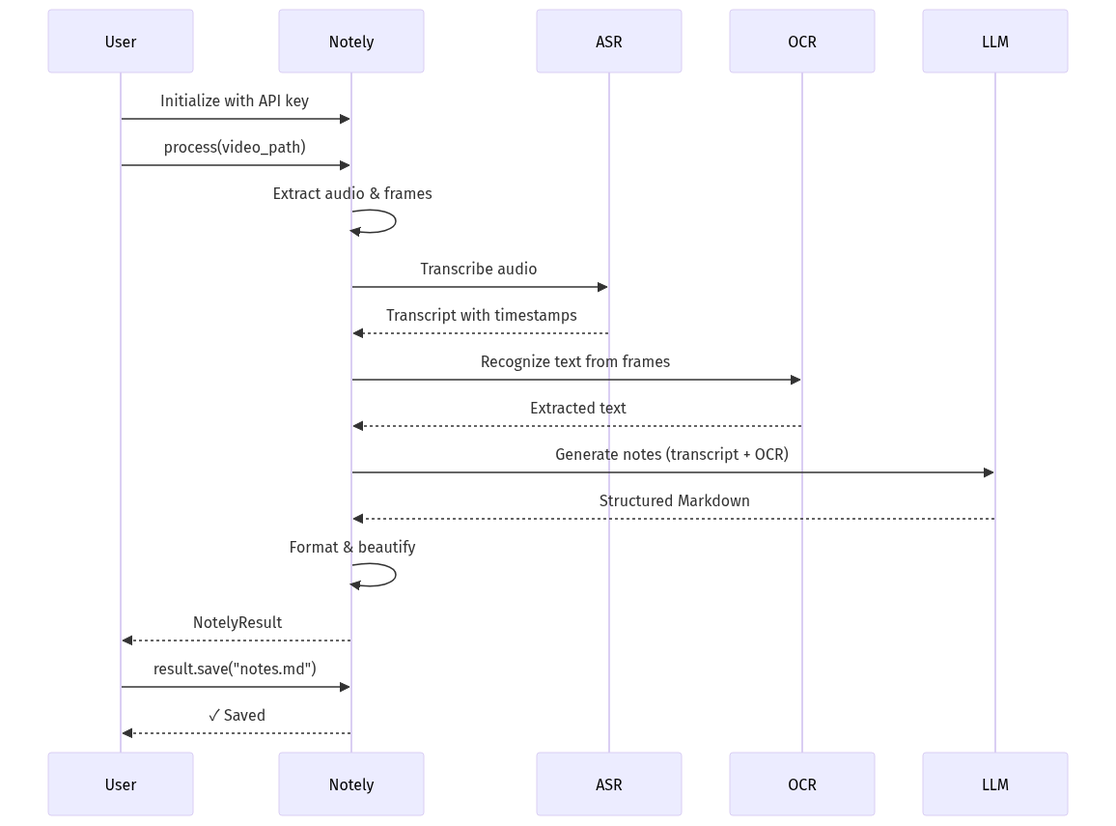
Earlier version of the Mermaid export docs/images/usage-flow.png (0xarcher/notely). Its source is kept beside it as docs/images/usage-flow.mmd.
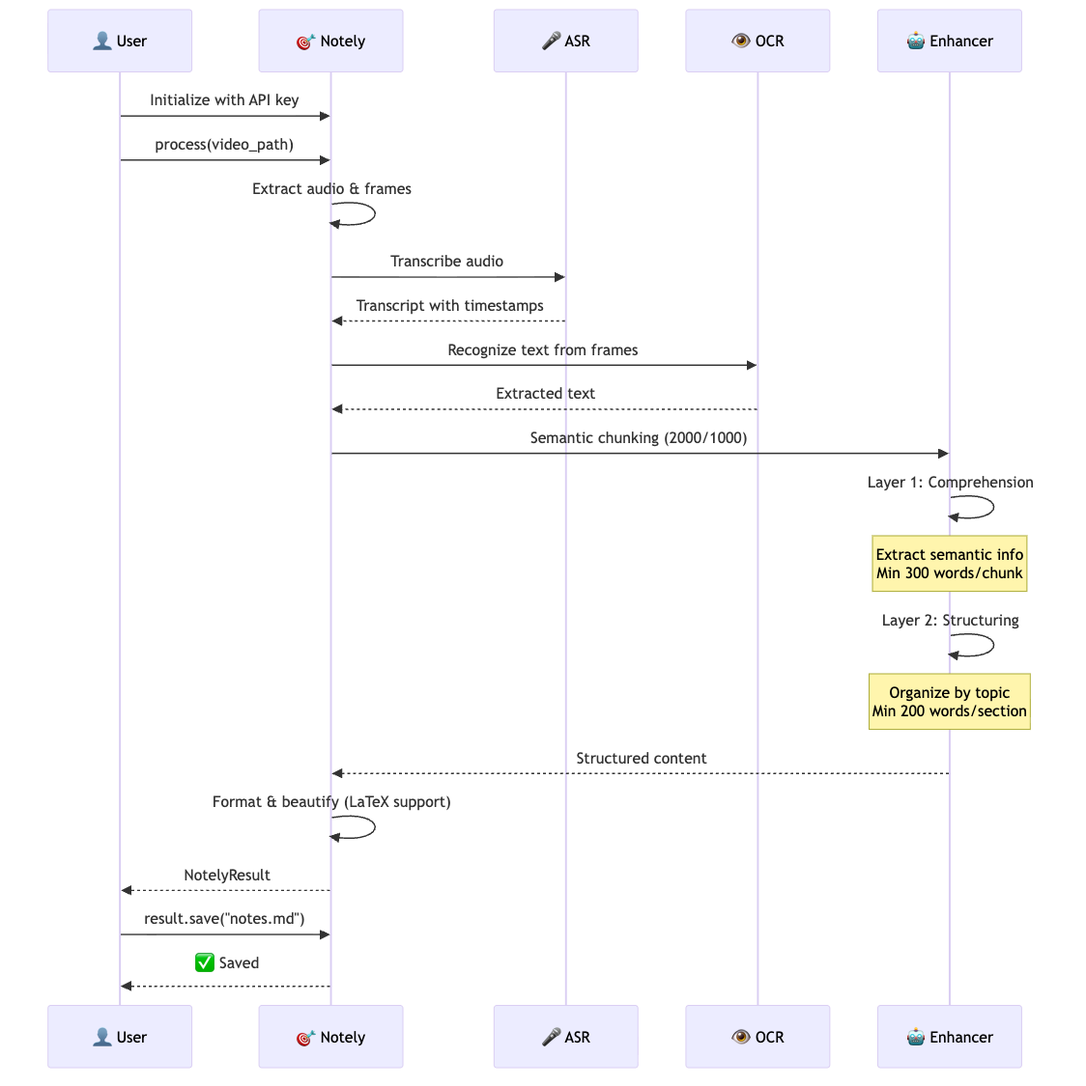
After the commit.

The edit, as a diff of the source:
```diff
@@ -1,26 +1,32 @@
 sequenceDiagram
-    participant User
-    participant Notely
-    participant ASR
-    participant OCR
-    participant LLM
+    participant 👤 User
+    participant 🎯 Notely
+    participant 🎤 ASR
+    participant 👁️ OCR
+    participant 🤖 Enhancer
 
-    User->>Notely: Initialize with API key
-    User->>Notely: process(video_path)
+    👤 User->>🎯 Notely: Initialize with API key
+    👤 User->>🎯 Notely: process(video_path)
 
-    Notely->>Notely: Extract audio & frames
+    🎯 Notely->>🎯 Notely: Extract audio & frames
 
-    Notely->>ASR: Transcribe audio
-    ASR-->>Notely: Transcript with timestamps
+    🎯 Notely->>🎤 ASR: Transcribe audio
+    🎤 ASR-->>🎯 Notely: Transcript with timestamps
 
-    Notely->>OCR: Recognize text from frames
-    OCR-->>Notely: Extracted text
+    🎯 Notely->>👁️ OCR: Recognize text from frames
+    👁️ OCR-->>🎯 Notely: Extracted text
 
-    Notely->>LLM: Generate notes (transcript + OCR)
-    LLM-->>Notely: Structured Markdown
+    🎯 Notely->>🤖 Enhancer: Semantic chunking (2000/1000)
+    🤖 Enhancer->>🤖 Enhancer: Layer 1: Comprehension
+    Note over 🤖 Enhancer: Extract semantic info<br/>Min 300 words/chunk
 
-    Notely->>Notely: Format & beautify
-    Notely-->>User: NotelyResult
+    🤖 Enhancer->>🤖 Enhancer: Layer 2: Structuring
+    Note over 🤖 Enhancer: Organize by topic<br/>Min 200 words/section
 
-    User->>Notely: result.save("notes.md")
-    Notely-->>User: ✓ Saved
+    🤖 Enhancer-->>🎯 Notely: Structured content
+
+    🎯 Notely->>🎯 Notely: Format & beautify (LaTeX support)
+    🎯 Notely-->>👤 User: NotelyResult
+
+    👤 User->>🎯 Notely: result.save("notes.md")
+    🎯 Notely-->>👤 User: ✅ Saved
```
